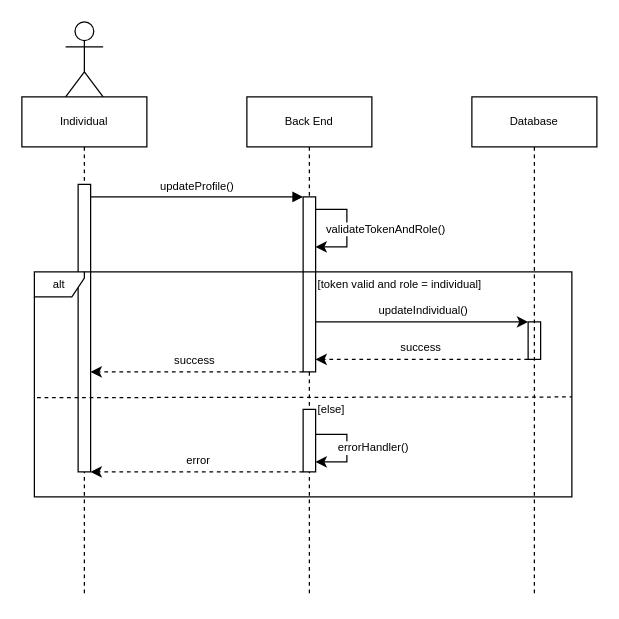
Above: page "Ind Update Profile" (4 of 11) of diagram/Untitled Diagram.drawio in SeeN-Zero/foundlunteer-diagram (draw.io), before the change. Source tidied: cells renumbered, new cells numbered last; positions are measured from the earlier drawing's top-left corner, leaving out a move shared by most shapes. Both pictures are drawn from the tidied source at 125%, with x=0, y=0 at pixel (21, 21).
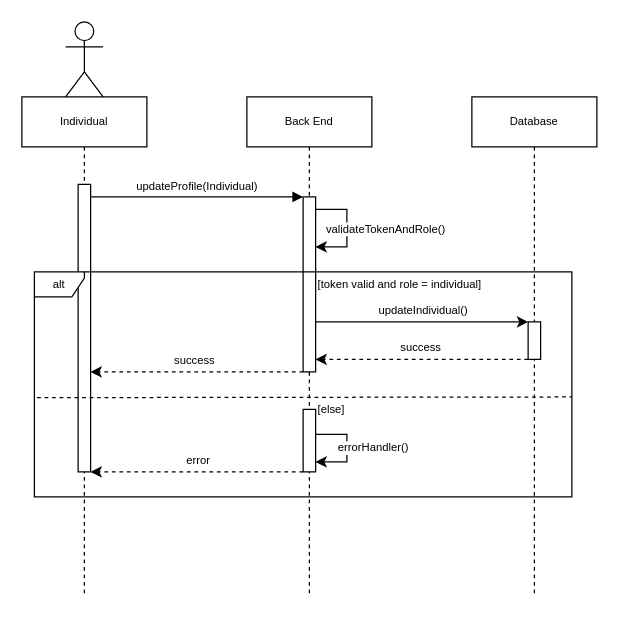
The same page after the edit.

The change refers to these unchanged cells:
```xml
<mxCell id="3" style="html=1;points=[];perimeter=orthogonalPerimeter;outlineConnect=0;targetShapes=umlLifeline;portConstraint=eastwest;newEdgeStyle={&quot;edgeStyle&quot;:&quot;elbowEdgeStyle&quot;,&quot;elbow&quot;:&quot;vertical&quot;,&quot;curved&quot;:0,&quot;rounded&quot;:0};fontSize=9;" parent="2" vertex="1">
  <mxGeometry x="45" y="70" width="10" height="230" as="geometry" />
</mxCell>
<mxCell id="5" style="html=1;points=[];perimeter=orthogonalPerimeter;outlineConnect=0;targetShapes=umlLifeline;portConstraint=eastwest;newEdgeStyle={&quot;edgeStyle&quot;:&quot;elbowEdgeStyle&quot;,&quot;elbow&quot;:&quot;vertical&quot;,&quot;curved&quot;:0,&quot;rounded&quot;:0};fontSize=9;" parent="4" vertex="1">
  <mxGeometry x="45" y="80" width="10" height="140" as="geometry" />
</mxCell>
```

Change to the diagram source:
```diff
@@
-    <mxCell id="6" value="updateProfile()" style="html=1;verticalAlign=bottom;endArrow=block;edgeStyle=elbowEdgeStyle;elbow=vertical;curved=0;rounded=0;fontSize=9;" parent="1" edge="1" source="3" target="5">
+    <mxCell id="6" value="updateProfile(Individual)" style="html=1;verticalAlign=bottom;endArrow=block;edgeStyle=elbowEdgeStyle;elbow=vertical;curved=0;rounded=0;fontSize=9;" parent="1" edge="1" source="3" target="5">
       <mxGeometry relative="1" as="geometry">
         <Array as="points">
           <mxPoint x="140" y="140" />
         </Array>
       </mxGeometry>
     </mxCell>
@@
-    <mxCell id="24" style="html=1;points=[];perimeter=orthogonalPerimeter;outlineConnect=0;targetShapes=umlLifeline;portConstraint=eastwest;newEdgeStyle={&quot;edgeStyle&quot;:&quot;elbowEdgeStyle&quot;,&quot;elbow&quot;:&quot;vertical&quot;,&quot;curved&quot;:0,&quot;rounded&quot;:0};labelBackgroundColor=default;fontFamily=Helvetica;fontSize=9;fontColor=default;fillColor=none;gradientColor=none;" parent="1" vertex="1">
+    <mxCell id="24" style="html=1;points=[];perimeter=orthogonalPerimeter;outlineConnect=0;targetShapes=umlLifeline;portConstraint=eastwest;newEdgeStyle={&quot;edgeStyle&quot;:&quot;elbowEdgeStyle&quot;,&quot;elbow&quot;:&quot;vertical&quot;,&quot;curved&quot;:0,&quot;rounded&quot;:0};labelBackgroundColor=default;fontFamily=Helvetica;fontSize=9;" parent="1" vertex="1">
       <mxGeometry x="405" y="240" width="10" height="30" as="geometry" />
     </mxCell>
```
